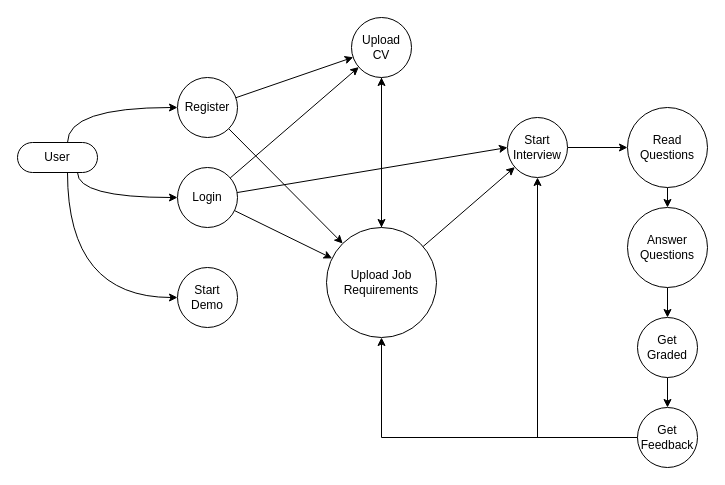
Sory-Noroc/Smart-Interview-Coach keeps this draw.io diagram as page "use-case-diagram" (3 of 5) of licenta.drawio. Above is the earlier version. Source tidied: cells renumbered, new cells numbered last; positions are measured from the earlier drawing's top-left corner, leaving out a move shared by most shapes. Both pictures are drawn from the tidied source at 100%, with x=0, y=0 at pixel (17, 17).
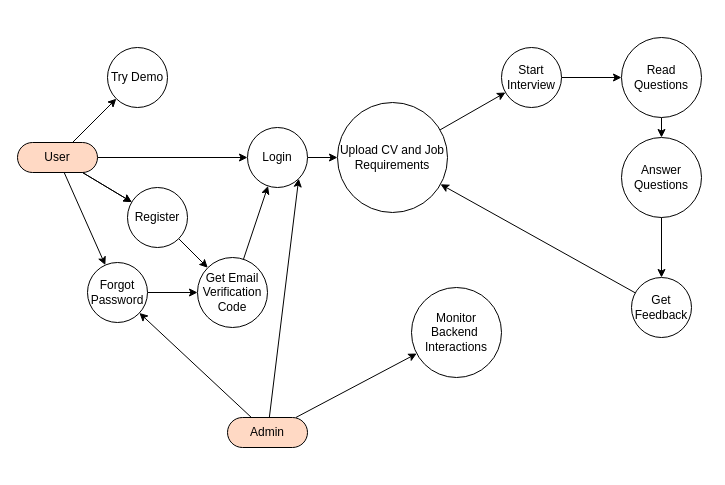
The same page after the edit.

The edit, as a diff of the source:
```diff
@@
-    <mxCell id="2" style="edgeStyle=orthogonalEdgeStyle;rounded=0;jettySize=auto;html=1;curved=1;" parent="1" edge="1" source="5" target="12">
-      <mxGeometry relative="1" as="geometry">
-        <Array as="points">
-          <mxPoint x="50" y="90" />
-        </Array>
-      </mxGeometry>
+    <mxCell id="2" style="rounded=0;jettySize=auto;html=1;" parent="1" edge="1" source="5" target="12">
+      <mxGeometry relative="1" as="geometry" />
     </mxCell>
+    <mxCell id="4" style="rounded=0;jettySize=auto;html=1;" parent="1" edge="1" source="5" target="28">
+      <mxGeometry relative="1" as="geometry" />
+    </mxCell>
+    <mxCell id="30" style="rounded=0;jettySize=auto;html=1;" parent="1" edge="1" source="5" target="35">
+      <mxGeometry relative="1" as="geometry" />
+    </mxCell>
-    <mxCell id="3" style="edgeStyle=orthogonalEdgeStyle;rounded=0;jettySize=auto;html=1;curved=1;" parent="1" edge="1" source="5" target="9">
-      <mxGeometry relative="1" as="geometry">
-        <Array as="points">
-          <mxPoint x="60" y="180" />
-        </Array>
-      </mxGeometry>
+    <mxCell id="3" style="rounded=0;jettySize=auto;html=1;" parent="1" edge="1" source="5" target="9">
+      <mxGeometry relative="1" as="geometry" />
     </mxCell>
-    <mxCell id="4" style="edgeStyle=orthogonalEdgeStyle;rounded=0;jettySize=auto;html=1;curved=1;" parent="1" edge="1" source="5" target="28">
-      <mxGeometry relative="1" as="geometry">
-        <Array as="points">
-          <mxPoint x="50" y="280" />
-        </Array>
-      </mxGeometry>
-    </mxCell>
-    <mxCell id="5" value="User" style="html=1;dashed=0;whiteSpace=wrap;shape=mxgraph.dfd.start;" parent="1" vertex="1">
+    <mxCell id="5" value="User" style="html=1;dashed=0;whiteSpace=wrap;shape=mxgraph.dfd.start;fillColor=#FFD9C4;" parent="1" vertex="1">
       <mxGeometry y="125" width="80" height="30" as="geometry" />
     </mxCell>
-    <mxCell id="6" style="rounded=0;jettySize=auto;html=1;" parent="1" edge="1" source="9" target="19">
-      <mxGeometry relative="1" as="geometry" />
-    </mxCell>
-    <mxCell id="7" style="rounded=0;jettySize=auto;html=1;entryX=0;entryY=0.5;entryDx=0;entryDy=0;" parent="1" edge="1" source="9" target="14">
-      <mxGeometry relative="1" as="geometry" />
-    </mxCell>
@@
     <mxCell id="9" value="Login" style="shape=ellipse;html=1;dashed=0;whiteSpace=wrap;perimeter=ellipsePerimeter;" parent="1" vertex="1">
-      <mxGeometry x="160" y="150" width="60" height="60" as="geometry" />
+      <mxGeometry x="230" y="110" width="60" height="60" as="geometry" />
     </mxCell>
-    <mxCell id="10" style="rounded=0;jettySize=auto;html=1;" parent="1" edge="1" source="12" target="19">
-      <mxGeometry relative="1" as="geometry" />
-    </mxCell>
-    <mxCell id="11" style="rounded=0;jettySize=auto;html=1;" parent="1" edge="1" source="12" target="17">
-      <mxGeometry relative="1" as="geometry" />
-    </mxCell>
-    <mxCell id="12" value="Register" style="shape=ellipse;html=1;dashed=0;whiteSpace=wrap;perimeter=ellipsePerimeter;" parent="1" vertex="1">
-      <mxGeometry x="160" y="60" width="60" height="60" as="geometry" />
-    </mxCell>
+    <mxCell id="31" style="rounded=0;jettySize=auto;html=1;" parent="1" edge="1" source="12" target="33">
+      <mxGeometry relative="1" as="geometry" />
+    </mxCell>
@@
     <mxCell id="14" value="Start Interview" style="shape=ellipse;html=1;dashed=0;whiteSpace=wrap;perimeter=ellipsePerimeter;" parent="1" vertex="1">
-      <mxGeometry x="490" y="100" width="60" height="60" as="geometry" />
+      <mxGeometry x="484" y="30" width="60" height="60" as="geometry" />
     </mxCell>
@@
-    <mxCell id="16" style="edgeStyle=orthogonalEdgeStyle;rounded=0;jettySize=auto;html=1;" parent="1" edge="1" source="17" target="19">
-      <mxGeometry relative="1" as="geometry" />
-    </mxCell>
-    <mxCell id="17" value="Upload Job Requirements" style="shape=ellipse;html=1;dashed=0;whiteSpace=wrap;perimeter=ellipsePerimeter;direction=south;" parent="1" vertex="1">
-      <mxGeometry x="309" y="210" width="110" height="110" as="geometry" />
+    <mxCell id="17" value="Upload CV and Job Requirements" style="shape=ellipse;html=1;dashed=0;whiteSpace=wrap;perimeter=ellipsePerimeter;direction=south;" parent="1" vertex="1">
+      <mxGeometry x="320" y="85" width="110" height="110" as="geometry" />
     </mxCell>
-    <mxCell id="18" style="rounded=0;jettySize=auto;html=1;" parent="1" edge="1" source="19" target="17">
-      <mxGeometry relative="1" as="geometry" />
-    </mxCell>
-    <mxCell id="19" value="Upload CV" style="shape=ellipse;html=1;dashed=0;whiteSpace=wrap;perimeter=ellipsePerimeter;" parent="1" vertex="1">
-      <mxGeometry x="334" width="60" height="60" as="geometry" />
-    </mxCell>
@@
     <mxCell id="21" value="Read Questions" style="shape=ellipse;html=1;dashed=0;whiteSpace=wrap;perimeter=ellipsePerimeter;" parent="1" vertex="1">
-      <mxGeometry x="610" y="90" width="80" height="80" as="geometry" />
+      <mxGeometry x="604" y="20" width="80" height="80" as="geometry" />
     </mxCell>
-    <mxCell id="22" style="rounded=0;jettySize=auto;html=1;entryX=0.5;entryY=0;entryDx=0;entryDy=0;" parent="1" edge="1" source="23" target="27">
-      <mxGeometry relative="1" as="geometry" />
-    </mxCell>
     <mxCell id="23" value="Answer Questions" style="shape=ellipse;html=1;dashed=0;whiteSpace=wrap;perimeter=ellipsePerimeter;" parent="1" vertex="1">
-      <mxGeometry x="610" y="190" width="80" height="80" as="geometry" />
+      <mxGeometry x="604" y="120" width="80" height="80" as="geometry" />
     </mxCell>
-    <mxCell id="24" style="edgeStyle=orthogonalEdgeStyle;rounded=0;jettySize=auto;html=1;" parent="1" edge="1" source="29" target="14">
-      <mxGeometry relative="1" as="geometry" />
-    </mxCell>
-    <mxCell id="25" style="edgeStyle=orthogonalEdgeStyle;rounded=0;jettySize=auto;html=1;" parent="1" edge="1" source="29" target="17">
+    <mxCell id="25" style="rounded=0;jettySize=auto;html=1;" parent="1" edge="1" source="29" target="17">
       <mxGeometry relative="1" as="geometry" />
     </mxCell>
-    <mxCell id="26" style="edgeStyle=orthogonalEdgeStyle;rounded=0;jettySize=auto;html=1;" parent="1" edge="1" source="27" target="29">
+    <mxCell id="26" style="rounded=0;jettySize=auto;html=1;" parent="1" edge="1" source="23" target="29">
       <mxGeometry relative="1" as="geometry" />
     </mxCell>
-    <mxCell id="27" value="Get Graded" style="shape=ellipse;html=1;dashed=0;whiteSpace=wrap;perimeter=ellipsePerimeter;" parent="1" vertex="1">
-      <mxGeometry x="620" y="300" width="60" height="60" as="geometry" />
-    </mxCell>
-    <mxCell id="28" value="Start Demo" style="shape=ellipse;html=1;dashed=0;whiteSpace=wrap;perimeter=ellipsePerimeter;" parent="1" vertex="1">
-      <mxGeometry x="160" y="250" width="60" height="60" as="geometry" />
+    <mxCell id="28" value="Try Demo" style="shape=ellipse;html=1;dashed=0;whiteSpace=wrap;perimeter=ellipsePerimeter;" parent="1" vertex="1">
+      <mxGeometry x="90" y="30" width="60" height="60" as="geometry" />
     </mxCell>
     <mxCell id="29" value="Get Feedback" style="shape=ellipse;html=1;dashed=0;whiteSpace=wrap;perimeter=ellipsePerimeter;" parent="1" vertex="1">
-      <mxGeometry x="620" y="390" width="60" height="60" as="geometry" />
+      <mxGeometry x="614" y="260" width="60" height="60" as="geometry" />
     </mxCell>
+    <mxCell id="32" style="rounded=0;jettySize=auto;html=1;" parent="1" edge="1" source="33" target="9">
+      <mxGeometry relative="1" as="geometry" />
+    </mxCell>
+    <mxCell id="33" value="Get Email Verification Code" style="shape=ellipse;html=1;dashed=0;whiteSpace=wrap;perimeter=ellipsePerimeter;" parent="1" vertex="1">
+      <mxGeometry x="180" y="240" width="70" height="70" as="geometry" />
+    </mxCell>
+    <mxCell id="34" style="rounded=0;jettySize=auto;html=1;" parent="1" edge="1" source="35" target="33">
+      <mxGeometry relative="1" as="geometry" />
+    </mxCell>
+    <mxCell id="35" value="Forgot Password" style="shape=ellipse;html=1;dashed=0;whiteSpace=wrap;perimeter=ellipsePerimeter;" parent="1" vertex="1">
+      <mxGeometry x="70" y="245" width="60" height="60" as="geometry" />
+    </mxCell>
+    <mxCell id="36" style="rounded=0;jettySize=auto;html=1;" parent="1" edge="1" source="5" target="12">
+      <mxGeometry relative="1" as="geometry" />
+    </mxCell>
+    <mxCell id="12" value="Register" style="shape=ellipse;html=1;dashed=0;whiteSpace=wrap;perimeter=ellipsePerimeter;" parent="1" vertex="1">
+      <mxGeometry x="110" y="170" width="60" height="60" as="geometry" />
+    </mxCell>
+    <mxCell id="37" style="rounded=0;jettySize=auto;html=1;" parent="1" edge="1" source="40" target="35">
+      <mxGeometry relative="1" as="geometry" />
+    </mxCell>
+    <mxCell id="38" style="rounded=0;jettySize=auto;html=1;entryX=1;entryY=1;entryDx=0;entryDy=0;" parent="1" edge="1" source="40" target="9">
+      <mxGeometry relative="1" as="geometry" />
+    </mxCell>
+    <mxCell id="39" style="rounded=0;jettySize=auto;html=1;" parent="1" edge="1" source="40" target="41">
+      <mxGeometry relative="1" as="geometry" />
+    </mxCell>
+    <mxCell id="40" value="Admin" style="html=1;dashed=0;whiteSpace=wrap;shape=mxgraph.dfd.start;fillColor=#FFD9C4;" parent="1" vertex="1">
+      <mxGeometry x="210" y="400" width="80" height="30" as="geometry" />
+    </mxCell>
+    <mxCell id="41" value="Monitor Backend&amp;nbsp;&lt;div&gt;Interactions&lt;/div&gt;" style="shape=ellipse;html=1;dashed=0;whiteSpace=wrap;perimeter=ellipsePerimeter;" parent="1" vertex="1">
+      <mxGeometry x="394" y="270" width="90" height="90" as="geometry" />
+    </mxCell>
```
